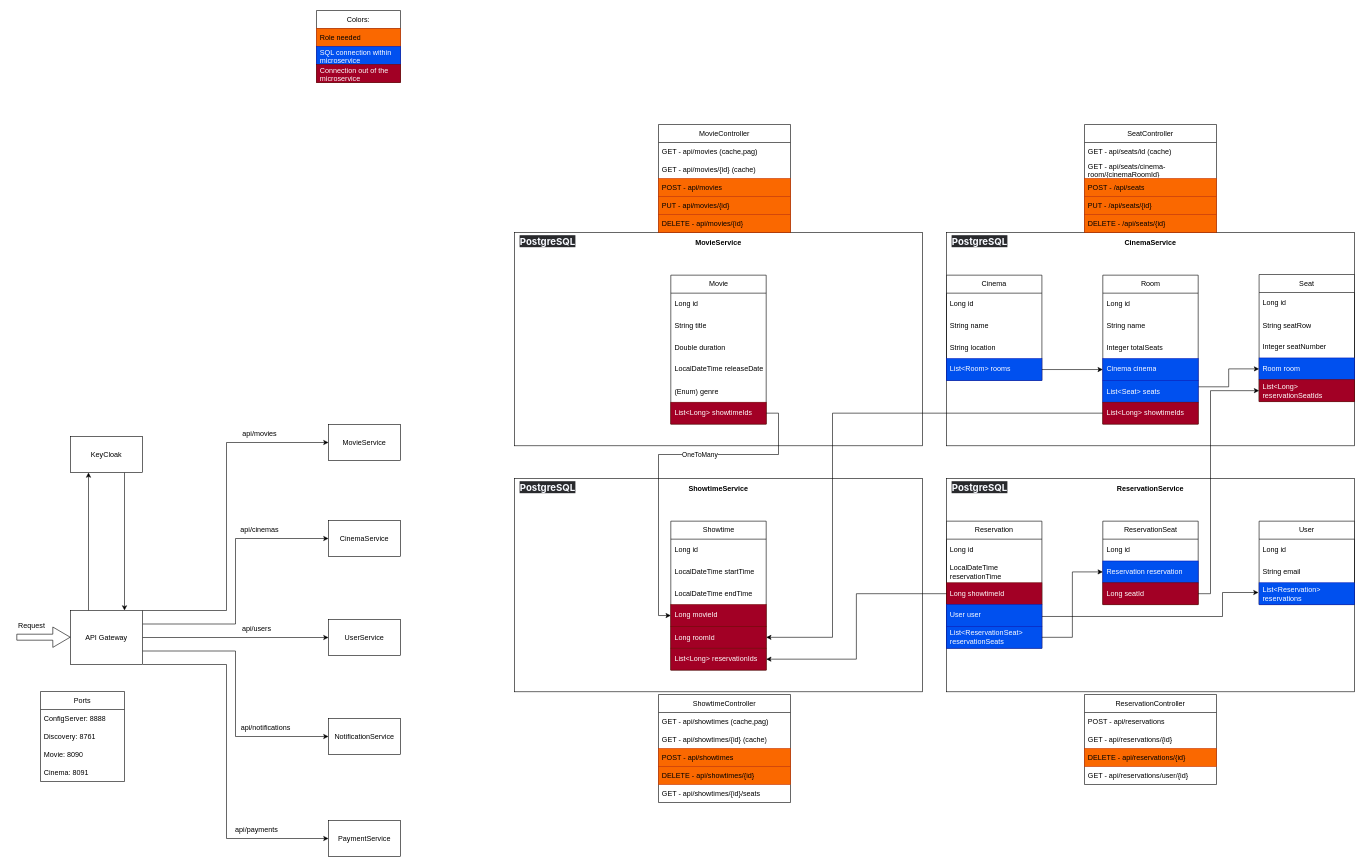
Before: system.drawio in tpoda35/JAVA.PROJECT.MovieReservationSystem, a draw.io diagram. Source tidied: cells renumbered, new cells numbered last; positions are measured from the earlier drawing's top-left corner, leaving out a move shared by most shapes. Both pictures are drawn from the tidied source at 60%, with x=0, y=0 at pixel (10, 10).
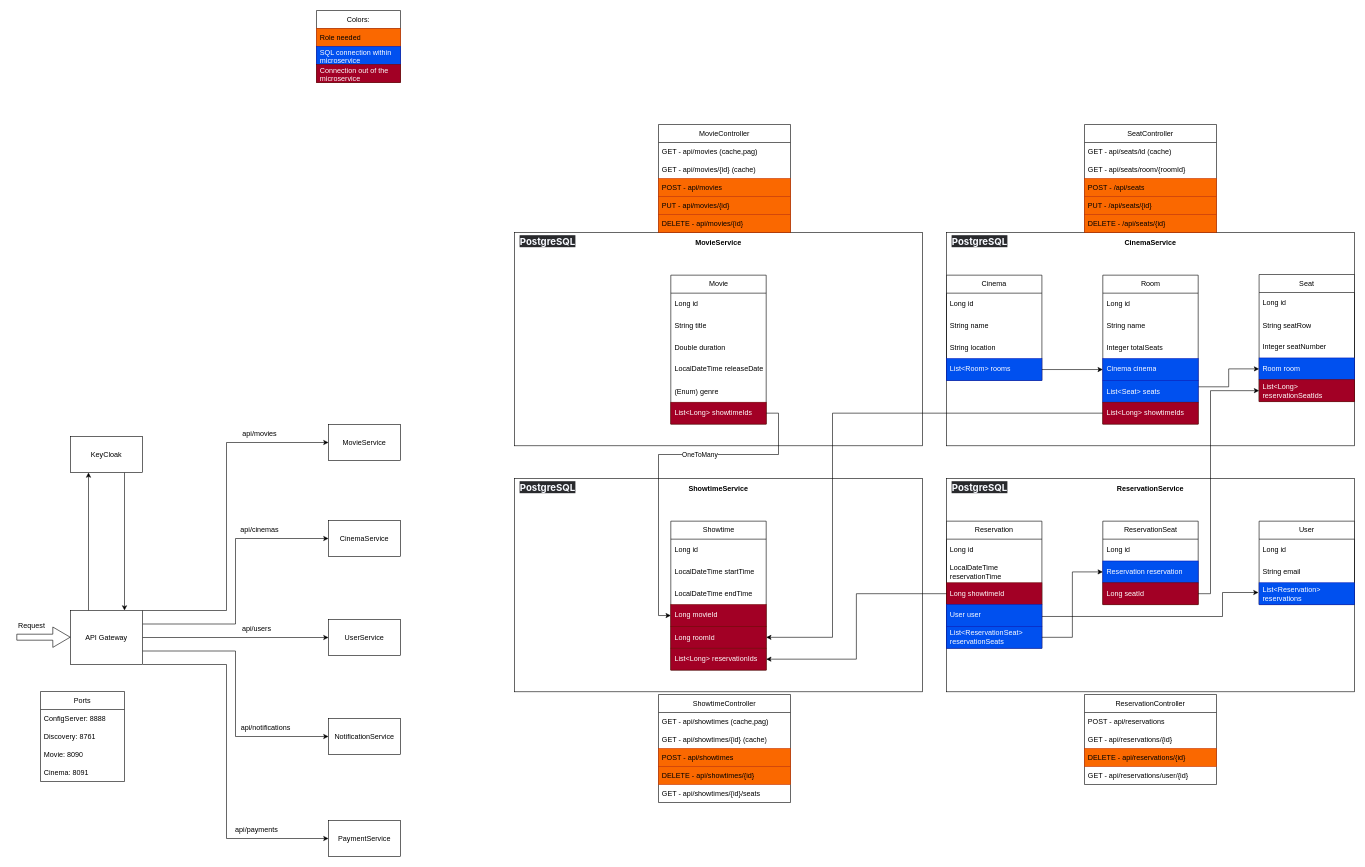
The same page after the edit.

Unchanged cells that the change refers to:
```xml
<mxCell id="115" value="SeatController" style="swimlane;fontStyle=0;horizontal=1;startSize=30;whiteSpace=wrap;html=1;" parent="1" vertex="1">
  <mxGeometry x="1790" y="190" width="220" height="180" as="geometry" />
</mxCell>
```

Change to the diagram source:
```diff
@@
-    <mxCell id="117" value="GET - api/seats/cinema-room/{cinemaRoomId}" style="text;strokeColor=none;fillColor=none;align=left;verticalAlign=middle;spacingLeft=4;spacingRight=4;overflow=hidden;whiteSpace=wrap;html=1;" parent="115" vertex="1">
+    <mxCell id="117" value="GET - api/seats/room/{roomId}" style="text;strokeColor=none;fillColor=none;align=left;verticalAlign=middle;spacingLeft=4;spacingRight=4;overflow=hidden;whiteSpace=wrap;html=1;" parent="115" vertex="1">
       <mxGeometry y="60" width="220" height="30" as="geometry" />
     </mxCell>
```
